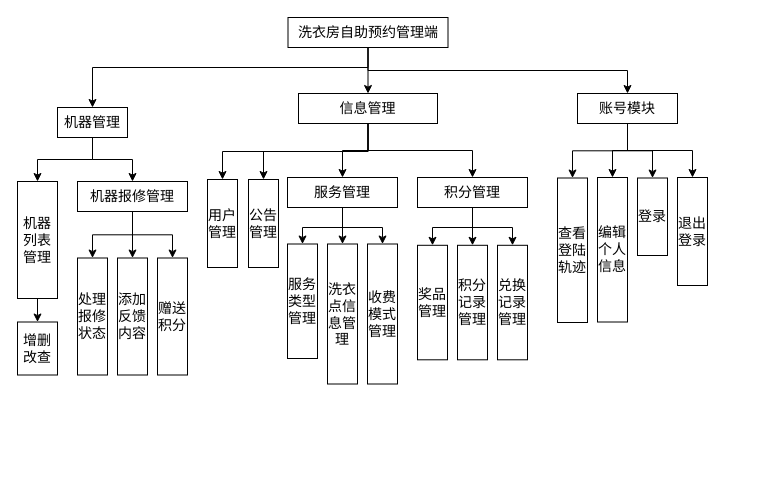
The draw.io diagram 管理端功能模块图.drawio in mochaDMQ/myPicture, before the edit. Source tidied: cells renumbered, new cells numbered last; positions are measured from the earlier drawing's top-left corner, leaving out a move shared by most shapes. Both pictures are drawn from the tidied source at 100%, with x=0, y=0 at pixel (17, 17).
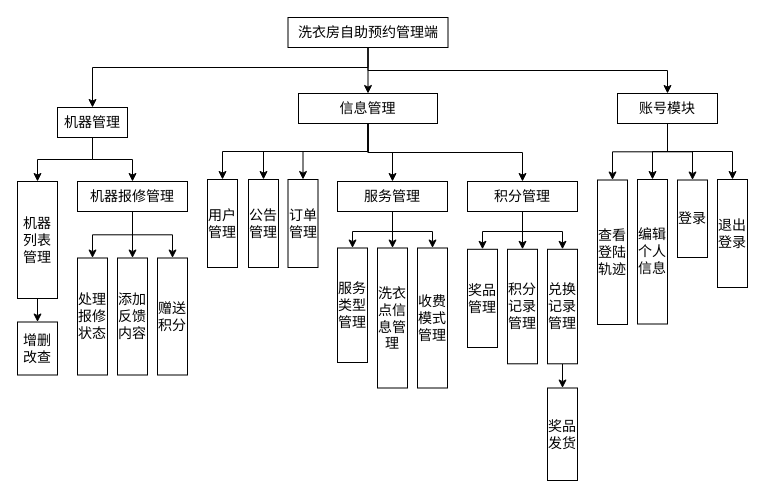
Above is the later version.

Commit message:
更新管理端功能模块图.drawio

The change refers to these unchanged cells:
```xml
<mxCell id="45" value="信息管理" style="rounded=0;whiteSpace=wrap;html=1;fontSize=14;fontFamily=宋体;" parent="1" vertex="1">
  <mxGeometry x="281" y="76" width="139" height="30" as="geometry" />
</mxCell>
```

Diff of the diagram source:
```diff
@@
     <mxCell id="13" value="积分管理" style="rounded=0;whiteSpace=wrap;html=1;fontSize=14;fontFamily=宋体;" parent="1" vertex="1">
-      <mxGeometry x="400" y="160" width="110" height="30" as="geometry" />
+      <mxGeometry x="450" y="164" width="110" height="30" as="geometry" />
     </mxCell>
@@
     <mxCell id="18" value="账号模块" style="rounded=0;whiteSpace=wrap;html=1;fontSize=14;fontFamily=宋体;" parent="1" vertex="1">
-      <mxGeometry x="560" y="76" width="100" height="30" as="geometry" />
+      <mxGeometry x="600" y="76" width="100" height="30" as="geometry" />
     </mxCell>
     <mxCell id="19" value="查看登陆轨迹" style="rounded=0;whiteSpace=wrap;html=1;fontSize=14;fontFamily=宋体;direction=west;horizontal=1;spacingTop=0;spacingBottom=0;spacing=2;" parent="1" vertex="1">
-      <mxGeometry x="540" y="160.5" width="30" height="144.5" as="geometry" />
+      <mxGeometry x="580" y="162.5" width="30" height="144.5" as="geometry" />
     </mxCell>
     <mxCell id="20" value="编辑个人信息" style="rounded=0;whiteSpace=wrap;html=1;fontSize=14;fontFamily=宋体;direction=west;horizontal=1;spacingTop=0;spacingBottom=0;spacing=2;" parent="1" vertex="1">
-      <mxGeometry x="580" y="160" width="30" height="144.5" as="geometry" />
+      <mxGeometry x="620" y="162" width="30" height="144.5" as="geometry" />
     </mxCell>
@@
     <mxCell id="23" value="登录" style="rounded=0;whiteSpace=wrap;html=1;fontSize=14;fontFamily=宋体;direction=west;horizontal=1;spacingTop=0;spacingBottom=0;spacing=2;" parent="1" vertex="1">
-      <mxGeometry x="620" y="160.5" width="30" height="77.5" as="geometry" />
+      <mxGeometry x="660" y="162.5" width="30" height="77.5" as="geometry" />
     </mxCell>
     <mxCell id="24" value="退出登录" style="rounded=0;whiteSpace=wrap;html=1;fontSize=14;fontFamily=宋体;direction=west;horizontal=1;spacingTop=0;spacingBottom=0;spacing=2;" parent="1" vertex="1">
-      <mxGeometry x="660" y="160" width="30" height="108" as="geometry" />
+      <mxGeometry x="700" y="162" width="30" height="108" as="geometry" />
     </mxCell>
@@
     <mxCell id="29" value="服务管理" style="rounded=0;whiteSpace=wrap;html=1;fontSize=14;fontFamily=宋体;" parent="1" vertex="1">
-      <mxGeometry x="270" y="160" width="110" height="30" as="geometry" />
+      <mxGeometry x="320" y="164" width="110" height="30" as="geometry" />
     </mxCell>
@@
     <mxCell id="38" value="服务类型管理" style="rounded=0;whiteSpace=wrap;html=1;fontSize=14;fontFamily=宋体;direction=west;horizontal=1;spacingTop=0;spacingBottom=0;spacing=2;" parent="1" vertex="1">
-      <mxGeometry x="270" y="226.5" width="30" height="114.5" as="geometry" />
+      <mxGeometry x="320" y="230.5" width="30" height="114.5" as="geometry" />
     </mxCell>
     <mxCell id="39" value="洗衣点信息管理" style="rounded=0;whiteSpace=wrap;html=1;fontSize=14;fontFamily=宋体;direction=west;horizontal=1;spacingTop=0;spacingBottom=0;spacing=2;" parent="1" vertex="1">
-      <mxGeometry x="310" y="226.5" width="30" height="140" as="geometry" />
+      <mxGeometry x="360" y="230.5" width="30" height="140" as="geometry" />
     </mxCell>
     <mxCell id="40" value="收费模式管理" style="rounded=0;whiteSpace=wrap;html=1;fontSize=14;fontFamily=宋体;direction=west;horizontal=1;spacingTop=0;spacingBottom=0;spacing=2;" parent="1" vertex="1">
-      <mxGeometry x="350" y="226.5" width="30" height="140" as="geometry" />
+      <mxGeometry x="400" y="230.5" width="30" height="140" as="geometry" />
     </mxCell>
@@
+    <mxCell id="49" style="edgeStyle=orthogonalEdgeStyle;rounded=0;jettySize=auto;html=1;exitX=0.5;exitY=1;exitDx=0;exitDy=0;entryX=0.5;entryY=1;entryDx=0;entryDy=0;" parent="1" edge="1" source="45" target="51">
+      <mxGeometry relative="1" as="geometry" />
+    </mxCell>
@@
     <mxCell id="46" value="奖品管理" style="rounded=0;whiteSpace=wrap;html=1;fontSize=14;fontFamily=宋体;direction=west;horizontal=1;spacingTop=0;spacingBottom=0;spacing=2;" parent="1" vertex="1">
-      <mxGeometry x="400" y="227.8" width="30" height="114.5" as="geometry" />
+      <mxGeometry x="450" y="231.8" width="30" height="98.2" as="geometry" />
     </mxCell>
+    <mxCell id="50" style="edgeStyle=orthogonalEdgeStyle;rounded=0;jettySize=auto;html=1;exitX=0.5;exitY=0;exitDx=0;exitDy=0;entryX=0.5;entryY=1;entryDx=0;entryDy=0;" parent="1" edge="1" source="47" target="52">
+      <mxGeometry relative="1" as="geometry" />
+    </mxCell>
     <mxCell id="47" value="兑换记录管理" style="rounded=0;whiteSpace=wrap;html=1;fontSize=14;fontFamily=宋体;direction=west;horizontal=1;spacingTop=0;spacingBottom=0;spacing=2;" parent="1" vertex="1">
-      <mxGeometry x="480" y="227.8" width="30" height="114.5" as="geometry" />
+      <mxGeometry x="530" y="231.8" width="30" height="114.5" as="geometry" />
     </mxCell>
     <mxCell id="48" value="积分记录管理" style="rounded=0;whiteSpace=wrap;html=1;fontSize=14;fontFamily=宋体;direction=west;horizontal=1;spacingTop=0;spacingBottom=0;spacing=2;" parent="1" vertex="1">
-      <mxGeometry x="440" y="227.8" width="30" height="114.5" as="geometry" />
+      <mxGeometry x="490" y="231.8" width="30" height="114.5" as="geometry" />
     </mxCell>
+    <mxCell id="51" value="订单管理" style="rounded=0;whiteSpace=wrap;html=1;fontSize=14;fontFamily=宋体;direction=west;horizontal=1;spacingTop=0;spacingBottom=0;spacing=2;" parent="1" vertex="1">
+      <mxGeometry x="270.5" y="162" width="30" height="88" as="geometry" />
+    </mxCell>
+    <mxCell id="52" value="奖品发货" style="rounded=0;whiteSpace=wrap;html=1;fontSize=14;fontFamily=宋体;direction=west;horizontal=1;spacingTop=0;spacingBottom=0;spacing=2;" parent="1" vertex="1">
+      <mxGeometry x="530" y="370.5" width="30" height="92.5" as="geometry" />
+    </mxCell>
```
